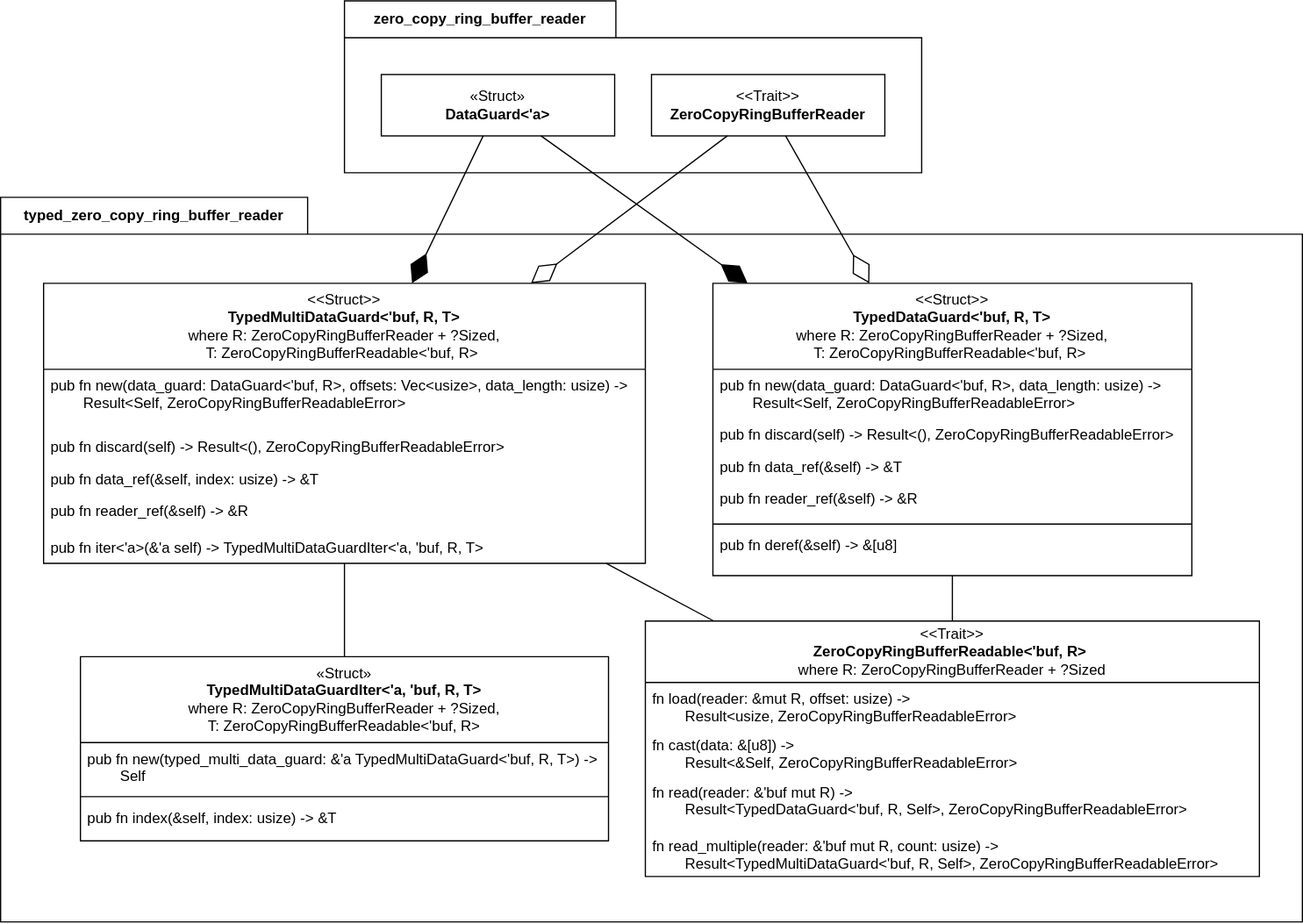
Earlier version of the draw.io export docs/assets/typed_zero_copy_ring_buffer_reader_diagram.svg (Tikitikitikidesuka/ibverbs-rs). Source tidied: cells renumbered, new cells last; positions are measured from the earlier drawing's top-left corner, leaving out a move shared by most shapes.
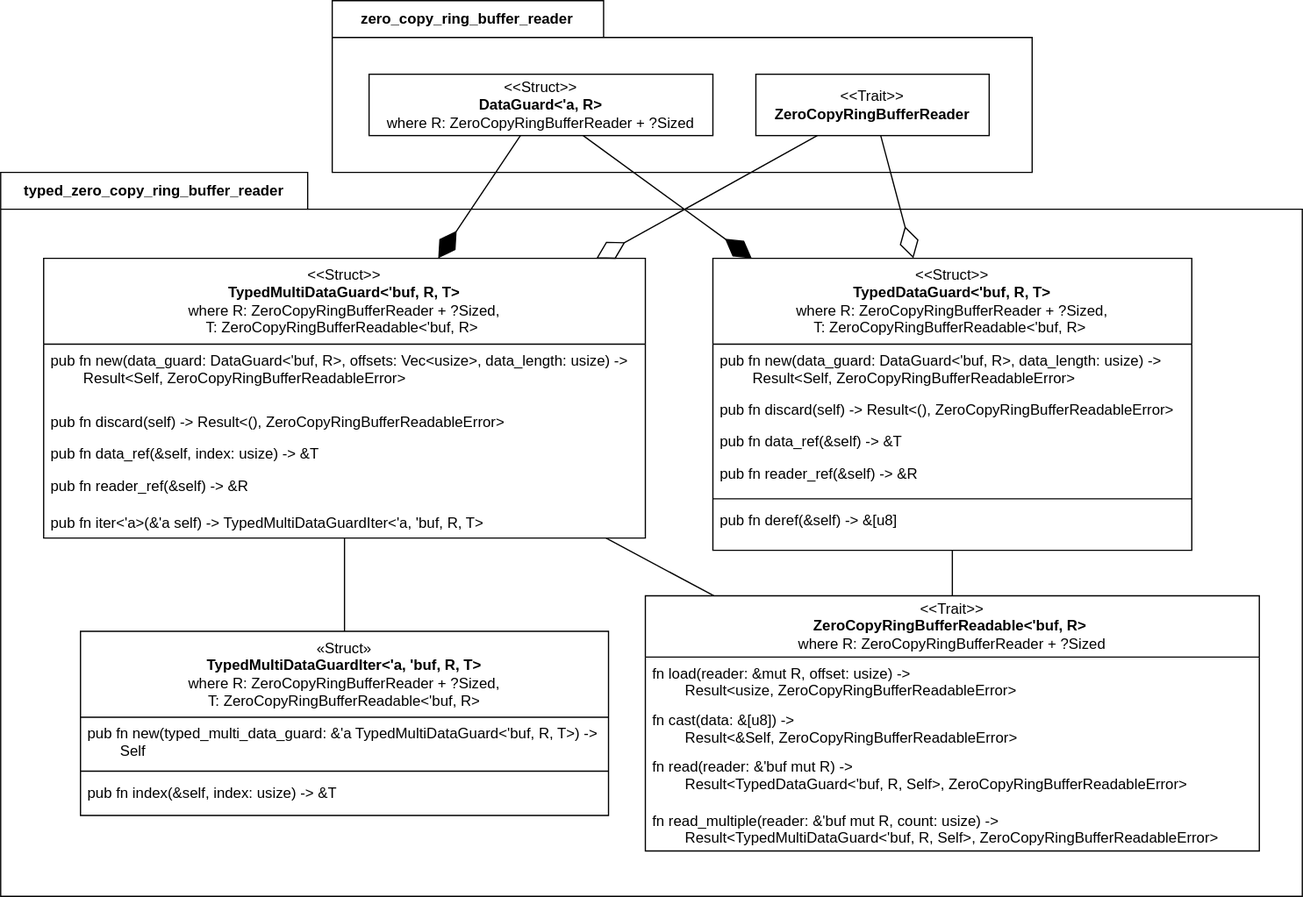
After the change.

Change to the diagram source:
```diff
@@ -81,13 +81,13 @@
       <mxGeometry relative="1" as="geometry" />
     </mxCell>
     <mxCell id="28" value="zero_copy_ring_buffer_reader" style="shape=folder;fontStyle=1;tabWidth=221;tabHeight=30;tabPosition=left;html=1;boundedLbl=1;labelInHeader=1;whiteSpace=wrap;" parent="1" vertex="1">
-      <mxGeometry x="280" width="470" height="140" as="geometry" />
+      <mxGeometry x="270" y="20" width="570" height="140" as="geometry" />
     </mxCell>
-    <mxCell id="29" value="«Struct»&lt;br&gt;&lt;b&gt;DataGuard&amp;lt;'a&amp;gt;&lt;/b&gt;" style="html=1;whiteSpace=wrap;" parent="28" vertex="1">
-      <mxGeometry x="30" y="60" width="190" height="50" as="geometry" />
+    <mxCell id="29" value="&amp;lt;&amp;lt;Struct&amp;gt;&amp;gt;&lt;br style=&quot;border-color: var(--border-color);&quot;&gt;&lt;b style=&quot;border-color: var(--border-color);&quot;&gt;DataGuard&amp;lt;'a, R&amp;gt;&lt;/b&gt;&lt;br style=&quot;border-color: var(--border-color);&quot;&gt;where R: ZeroCopyRingBufferReader + ?Sized" style="html=1;whiteSpace=wrap;" parent="28" vertex="1">
+      <mxGeometry x="30" y="60" width="280" height="50" as="geometry" />
     </mxCell>
     <mxCell id="30" value="&amp;lt;&amp;lt;Trait&amp;gt;&amp;gt;&lt;br style=&quot;border-color: var(--border-color);&quot;&gt;&lt;b style=&quot;border-color: var(--border-color);&quot;&gt;ZeroCopyRingBufferReader&lt;/b&gt;" style="html=1;whiteSpace=wrap;" parent="28" vertex="1">
-      <mxGeometry x="250" y="60" width="190" height="50" as="geometry" />
+      <mxGeometry x="345" y="60" width="190" height="50" as="geometry" />
     </mxCell>
     <mxCell id="31" style="endArrow=diamondThin;endFill=1;endSize=24;html=1;rounded=0;" parent="1" edge="1" source="29" target="8">
       <mxGeometry relative="1" as="geometry" />
```
